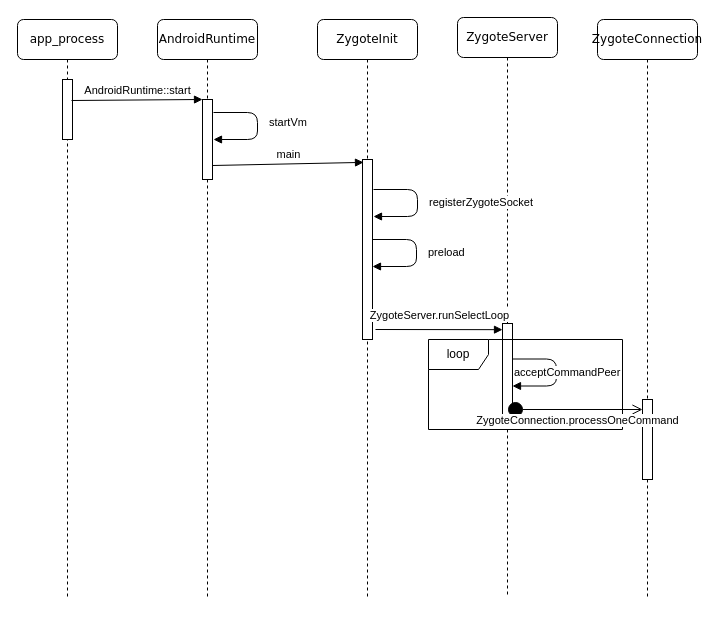
The draw.io diagram thesis/figure_intermediate/zygote_start.drawio in january147/Graduation_Project, before the edit. Source tidied: cells renumbered, new cells numbered last; positions are measured from the earlier drawing's top-left corner, leaving out a move shared by most shapes. Both pictures are drawn from the tidied source at 100%, with x=0, y=0 at pixel (17, 17).
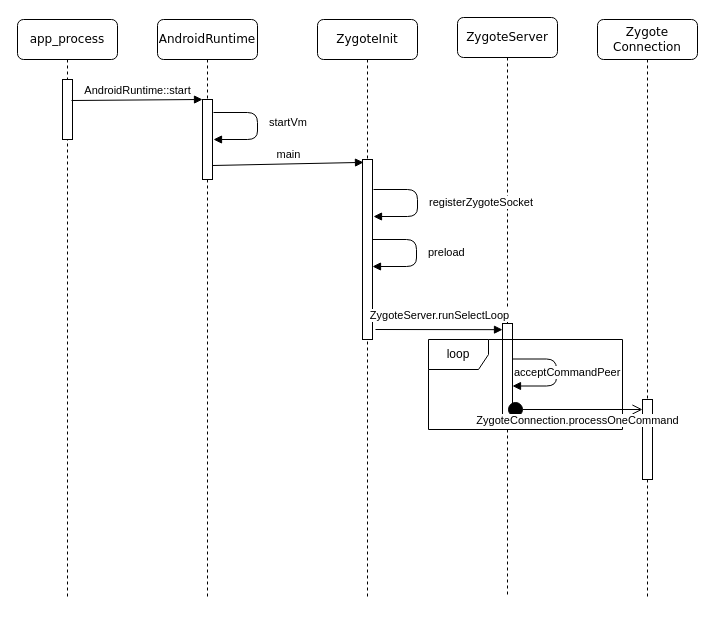
The same page after the edit.

Change to the diagram source:
```diff
@@
-    <mxCell id="8" value="ZygoteConnection" style="shape=umlLifeline;perimeter=lifelinePerimeter;whiteSpace=wrap;html=1;rounded=1;shadow=0;comic=0;labelBackgroundColor=none;strokeColor=#000000;strokeWidth=1;fillColor=#FFFFFF;fontFamily=Verdana;fontSize=12;fontColor=#000000;align=center;" parent="1" vertex="1">
+    <mxCell id="8" value="Zygote&lt;br&gt;Connection" style="shape=umlLifeline;perimeter=lifelinePerimeter;whiteSpace=wrap;html=1;rounded=1;shadow=0;comic=0;labelBackgroundColor=none;strokeColor=#000000;strokeWidth=1;fillColor=#FFFFFF;fontFamily=Verdana;fontSize=12;fontColor=#000000;align=center;" parent="1" vertex="1">
       <mxGeometry x="580" y="2" width="100" height="580" as="geometry" />
     </mxCell>
```
